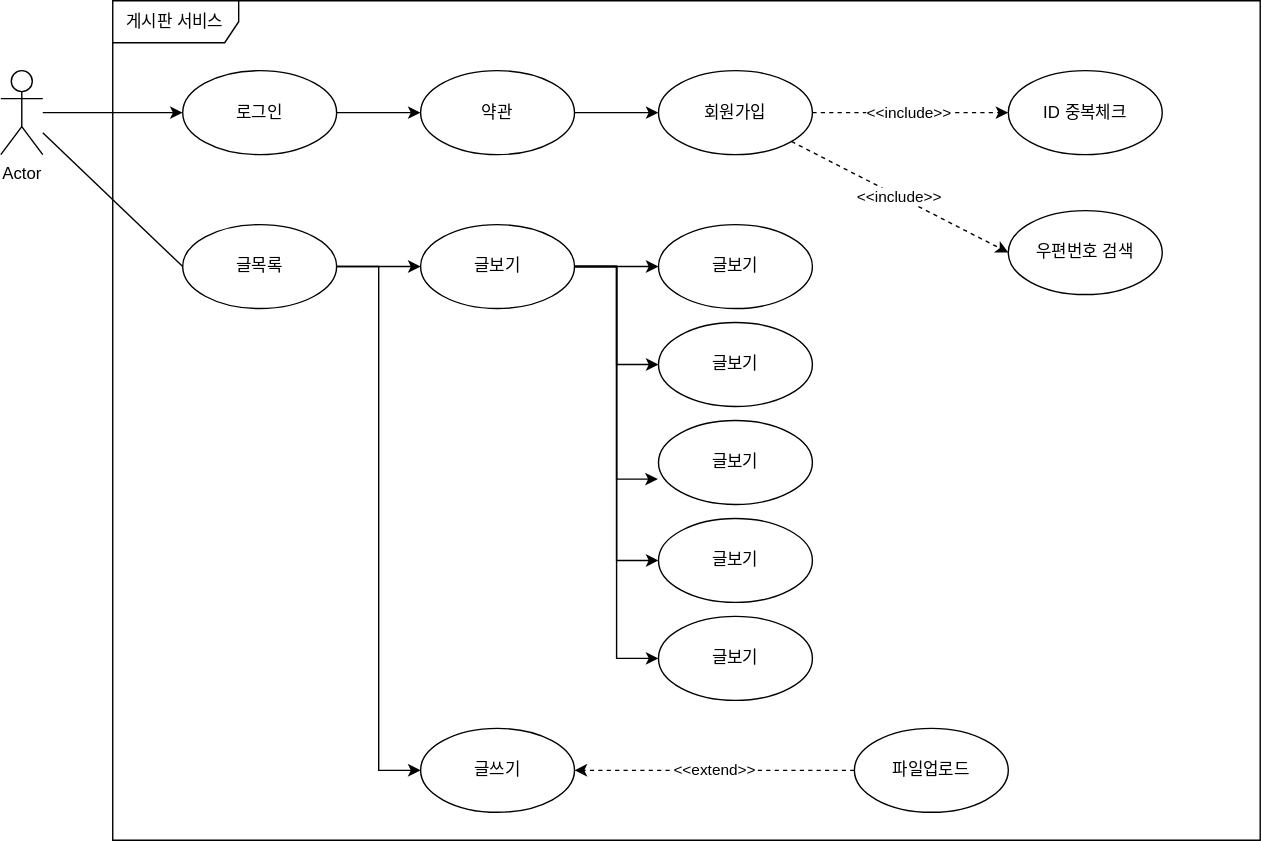
The draw.io diagram JBoard1/게시판 유스케이스.svg in KongMinHyeok/JSP, before a commit. Source tidied: cells renumbered, new cells last; positions are measured from the earlier drawing's top-left corner, leaving out a move shared by most shapes.
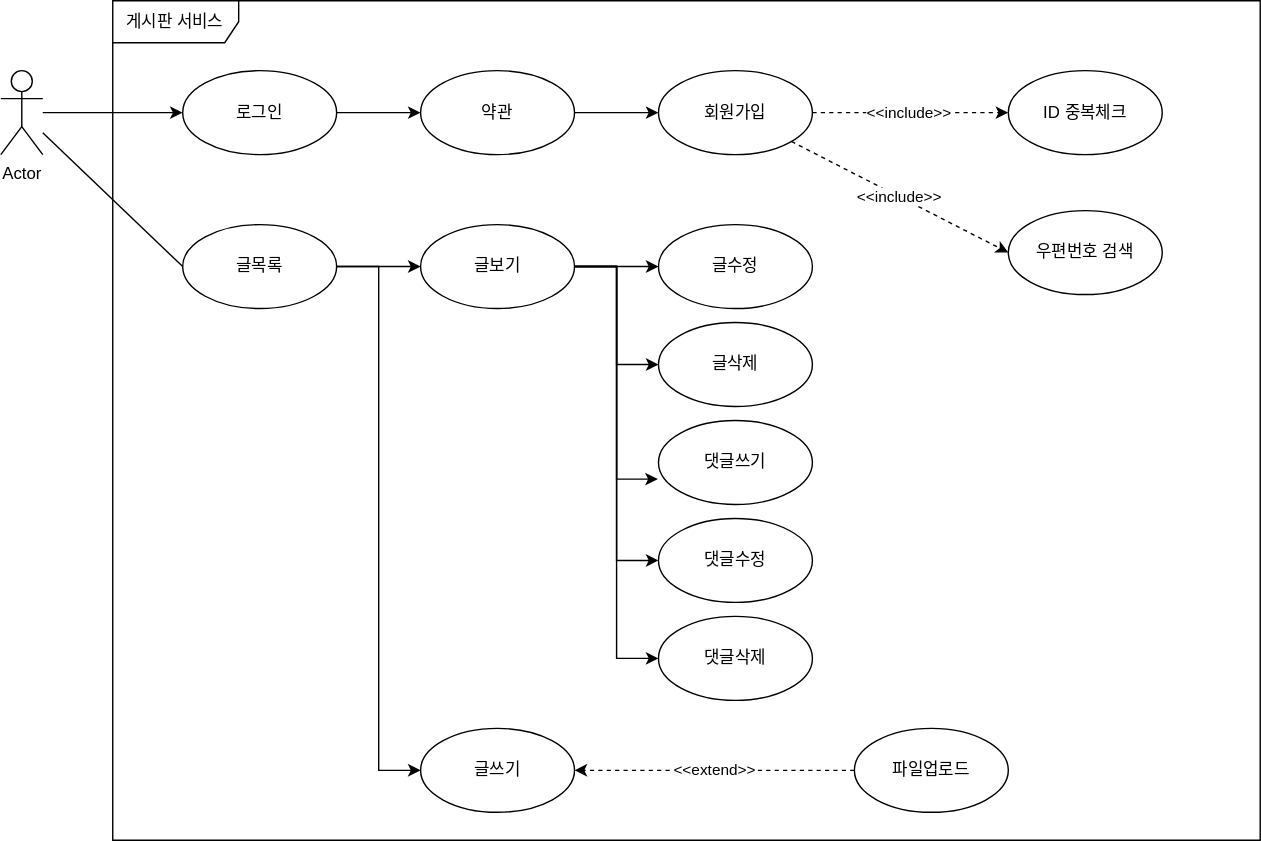
The same file after the commit.

Commit message:
2022/10/17 게시판 유스케이스 실습

Diff of the diagram source:
```diff
@@ -71,19 +71,19 @@
     <mxCell id="24" value="글쓰기" style="ellipse;whiteSpace=wrap;html=1;" parent="1" vertex="1">
       <mxGeometry x="300" y="520" width="110" height="60" as="geometry" />
     </mxCell>
-    <mxCell id="25" value="글보기" style="ellipse;whiteSpace=wrap;html=1;" parent="1" vertex="1">
+    <mxCell id="25" value="글수정" style="ellipse;whiteSpace=wrap;html=1;" parent="1" vertex="1">
       <mxGeometry x="470" y="160" width="110" height="60" as="geometry" />
     </mxCell>
-    <mxCell id="26" value="글보기" style="ellipse;whiteSpace=wrap;html=1;" parent="1" vertex="1">
+    <mxCell id="26" value="글삭제" style="ellipse;whiteSpace=wrap;html=1;" parent="1" vertex="1">
       <mxGeometry x="470" y="230" width="110" height="60" as="geometry" />
     </mxCell>
-    <mxCell id="27" value="글보기" style="ellipse;whiteSpace=wrap;html=1;" parent="1" vertex="1">
+    <mxCell id="27" value="댓글쓰기" style="ellipse;whiteSpace=wrap;html=1;" parent="1" vertex="1">
       <mxGeometry x="470" y="300" width="110" height="60" as="geometry" />
     </mxCell>
-    <mxCell id="28" value="글보기" style="ellipse;whiteSpace=wrap;html=1;" parent="1" vertex="1">
+    <mxCell id="28" value="댓글수정" style="ellipse;whiteSpace=wrap;html=1;" parent="1" vertex="1">
       <mxGeometry x="470" y="370" width="110" height="60" as="geometry" />
     </mxCell>
-    <mxCell id="29" value="글보기" style="ellipse;whiteSpace=wrap;html=1;" parent="1" vertex="1">
+    <mxCell id="29" value="댓글삭제" style="ellipse;whiteSpace=wrap;html=1;" parent="1" vertex="1">
       <mxGeometry x="470" y="440" width="110" height="60" as="geometry" />
     </mxCell>
     <mxCell id="30" value="&amp;lt;&amp;lt;extend&amp;gt;&amp;gt;" style="edgeStyle=orthogonalEdgeStyle;rounded=0;jettySize=auto;html=1;endArrow=classic;endFill=1;dashed=1;" parent="1" edge="1" source="31" target="24">
```
